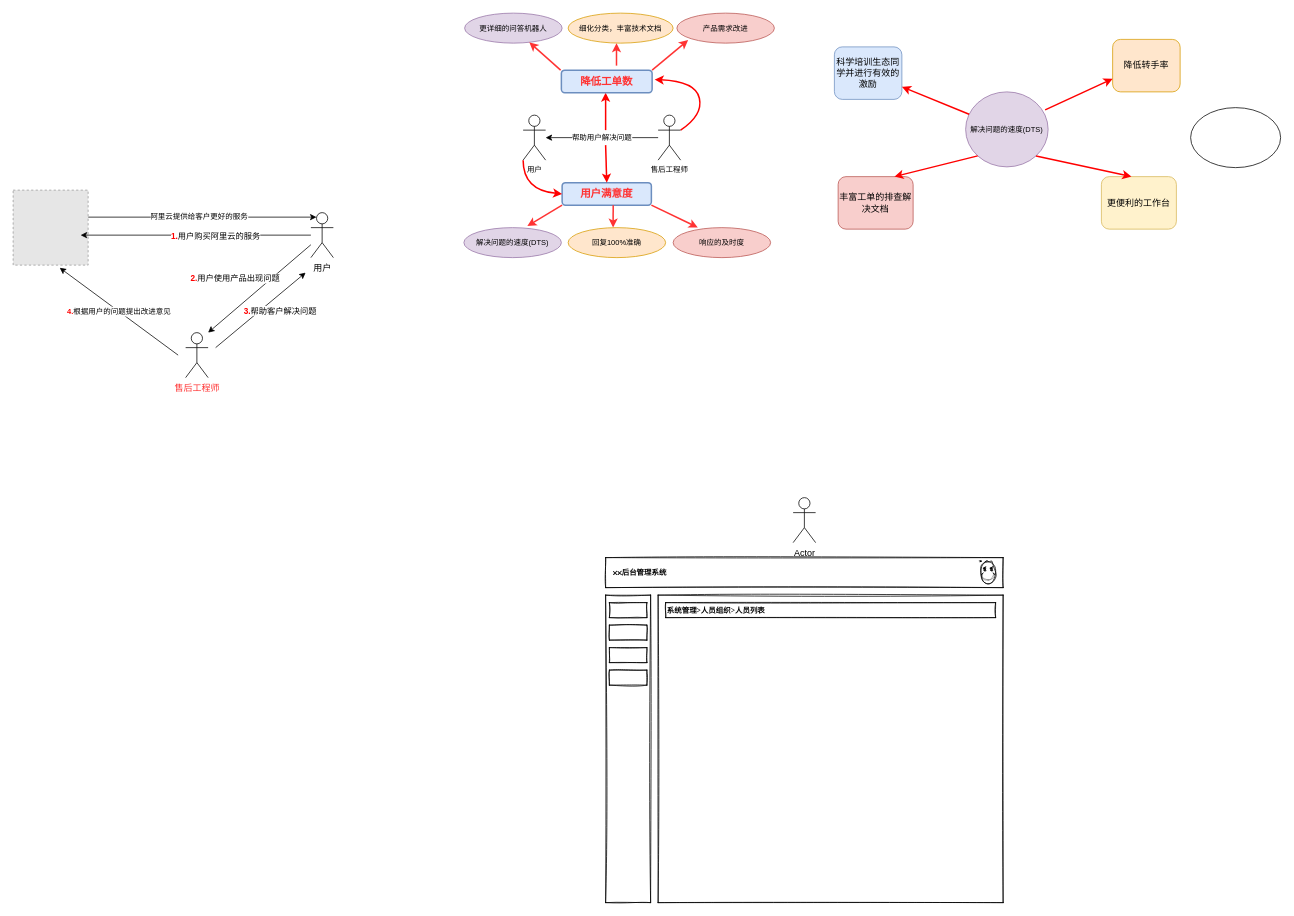
Earlier version of the draw.io diagram Untitled Diagram.drawio (XinBaoCode/digram). Source tidied: cells renumbered, new cells numbered last; positions are measured from the earlier drawing's top-left corner, leaving out a move shared by most shapes. Both pictures are drawn from the tidied source at 75%, with x=0, y=0 at pixel (13, 13). Pictures stored in the file or linked from it are replaced by grey dashed boxes.
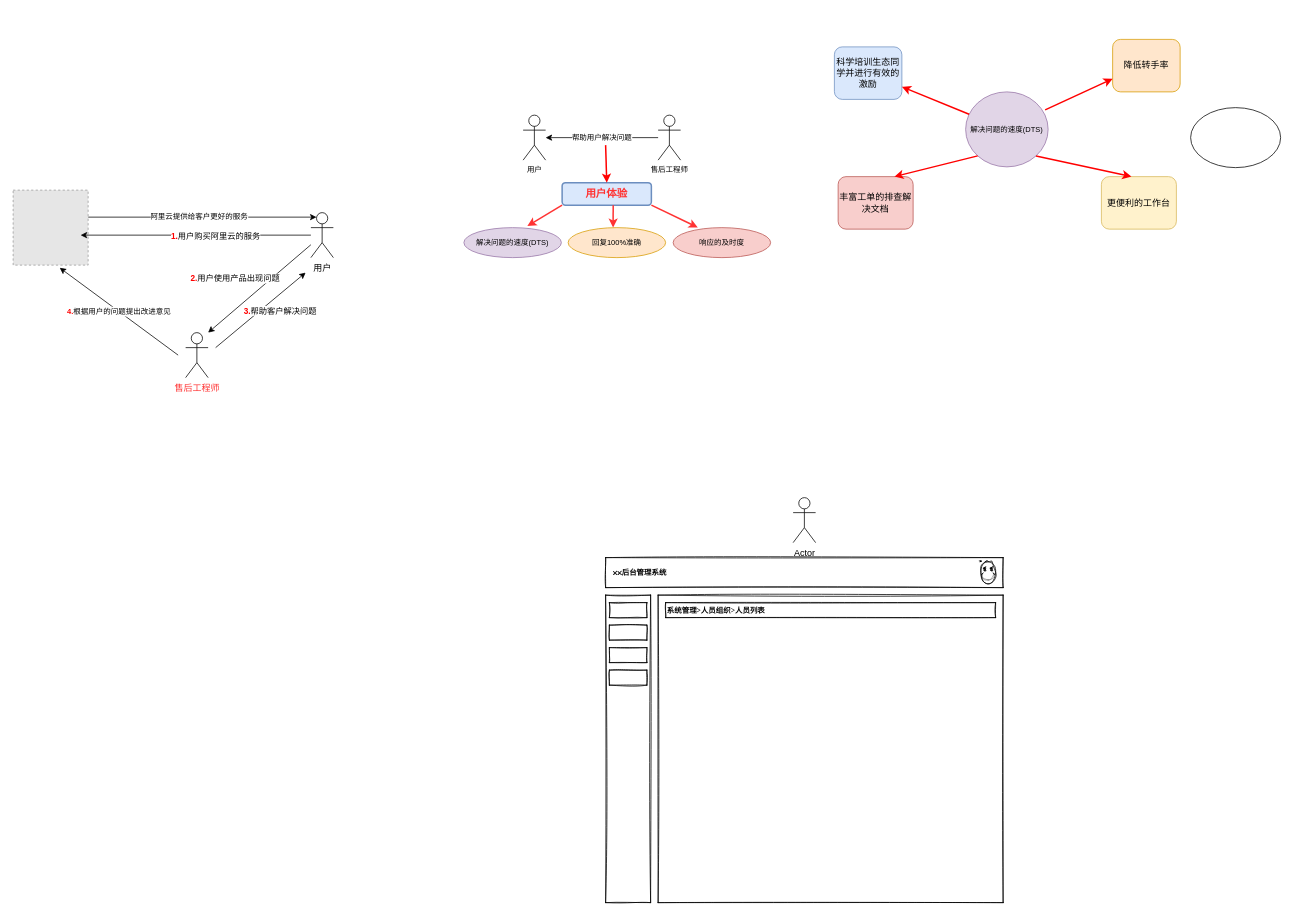
The same page after the edit.

Commit message:
阿里云售后.drawio

Unchanged cells that the change refers to:
```xml
<mxCell id="24" value="用户" style="shape=umlActor;verticalLabelPosition=bottom;verticalAlign=top;html=1;outlineConnect=0;fontSize=10;fontColor=#000000;" parent="1" vertex="1">
  <mxGeometry x="680" y="136" width="30" height="60" as="geometry" />
</mxCell>
<mxCell id="25" value="售后工程师" style="shape=umlActor;verticalLabelPosition=bottom;verticalAlign=top;html=1;outlineConnect=0;fontSize=10;fontColor=#000000;" parent="1" vertex="1">
  <mxGeometry x="860" y="136" width="30" height="60" as="geometry" />
</mxCell>
```

What changed in the source:
```diff
@@
-    <mxCell id="27" value="&lt;font color=&quot;#ff3333&quot; style=&quot;font-size: 14px;&quot;&gt;&lt;b&gt;用户满意度&lt;/b&gt;&lt;/font&gt;" style="rounded=1;whiteSpace=wrap;html=1;fontSize=10;fillColor=#dae8fc;strokeColor=#6c8ebf;strokeWidth=2;" parent="1" vertex="1">
+    <mxCell id="27" value="&lt;font color=&quot;#ff3333&quot; style=&quot;font-size: 14px;&quot;&gt;&lt;b&gt;用户体验&lt;/b&gt;&lt;/font&gt;" style="rounded=1;whiteSpace=wrap;html=1;fontSize=10;fillColor=#dae8fc;strokeColor=#6c8ebf;strokeWidth=2;" parent="1" vertex="1">
       <mxGeometry x="732" y="226" width="119" height="30" as="geometry" />
     </mxCell>
@@
-    <mxCell id="35" style="endArrow=classic;html=1;rounded=0;strokeColor=#FF0000;strokeWidth=2;fontSize=14;fontColor=#FF3333;" parent="1" edge="1">
-      <mxGeometry relative="1" as="geometry">
-        <mxPoint x="790" y="156" as="sourcePoint" />
-        <mxPoint x="790" y="106" as="targetPoint" />
-      </mxGeometry>
-    </mxCell>
-    <mxCell id="36" value="&lt;font color=&quot;#ff3333&quot;&gt;&lt;span style=&quot;font-size: 14px;&quot;&gt;&lt;b&gt;降低工单数&lt;/b&gt;&lt;/span&gt;&lt;/font&gt;" style="rounded=1;whiteSpace=wrap;html=1;fontSize=10;fillColor=#dae8fc;strokeColor=#6c8ebf;strokeWidth=2;" parent="1" vertex="1">
-      <mxGeometry x="731" y="76" width="121" height="30" as="geometry" />
-    </mxCell>
-    <mxCell id="37" style="curved=1;endArrow=classic;html=1;rounded=0;strokeColor=#FF0000;strokeWidth=2;fontSize=14;fontColor=#FF3333;exitX=0;exitY=1;exitDx=0;exitDy=0;exitPerimeter=0;entryX=0;entryY=0.5;entryDx=0;entryDy=0;" parent="1" edge="1" source="24" target="27">
-      <mxGeometry relative="1" as="geometry">
-        <Array as="points">
-          <mxPoint x="680" y="236" />
-        </Array>
-      </mxGeometry>
-    </mxCell>
-    <mxCell id="38" style="curved=1;endArrow=classic;html=1;rounded=0;strokeColor=#FF0000;strokeWidth=2;fontSize=14;fontColor=#FF3333;entryX=1.028;entryY=0.421;entryDx=0;entryDy=0;entryPerimeter=0;" parent="1" edge="1" source="25" target="36">
-      <mxGeometry relative="1" as="geometry">
-        <Array as="points">
-          <mxPoint x="920" y="136" />
-          <mxPoint x="910" y="91" />
-        </Array>
-      </mxGeometry>
-    </mxCell>
-    <mxCell id="39" value="更详细的问答机器人" style="ellipse;whiteSpace=wrap;html=1;fontSize=10;fillColor=#e1d5e7;strokeColor=#9673a6;" parent="1" vertex="1">
-      <mxGeometry x="602" width="130" height="40" as="geometry" />
-    </mxCell>
-    <mxCell id="40" value="细化分类，丰富技术文档" style="ellipse;whiteSpace=wrap;html=1;fontSize=10;fillColor=#ffe6cc;strokeColor=#d79b00;" parent="1" vertex="1">
-      <mxGeometry x="740" width="140" height="40" as="geometry" />
-    </mxCell>
-    <mxCell id="41" style="endArrow=classic;html=1;rounded=0;fontSize=10;fontColor=#000000;strokeWidth=2;strokeColor=#FF3333;" parent="1" edge="1" target="39">
-      <mxGeometry relative="1" as="geometry">
-        <mxPoint x="730" y="76" as="sourcePoint" />
-      </mxGeometry>
-    </mxCell>
-    <mxCell id="42" style="endArrow=classic;html=1;rounded=0;fontSize=10;fontColor=#000000;strokeWidth=2;strokeColor=#FF3333;" parent="1" edge="1">
-      <mxGeometry relative="1" as="geometry">
-        <mxPoint x="804.5" y="70" as="sourcePoint" />
-        <mxPoint x="804.5" y="40" as="targetPoint" />
-      </mxGeometry>
-    </mxCell>
@@
-    <mxCell id="46" style="endArrow=classic;html=1;rounded=0;fontSize=10;fontColor=#000000;strokeWidth=2;strokeColor=#FF3333;exitX=1;exitY=0;exitDx=0;exitDy=0;" parent="1" edge="1" source="36">
-      <mxGeometry relative="1" as="geometry">
-        <mxPoint x="900" y="36" as="targetPoint" />
-      </mxGeometry>
-    </mxCell>
-    <mxCell id="47" value="产品需求改进" style="ellipse;whiteSpace=wrap;html=1;fontSize=10;fillColor=#f8cecc;strokeColor=#b85450;" parent="1" vertex="1">
-      <mxGeometry x="885" width="130" height="40" as="geometry" />
-    </mxCell>
```
